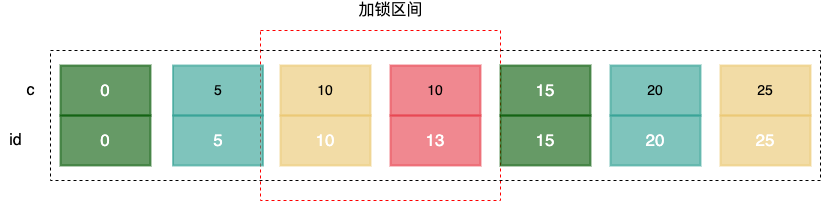
boilingfrog/Go-POINT keeps this draw.io diagram as img/mysql/mysql-index-search-lock.png. Above is the earlier version. Source tidied: cells renumbered, new cells last; positions are measured from the earlier drawing's top-left corner, leaving out a move shared by most shapes.
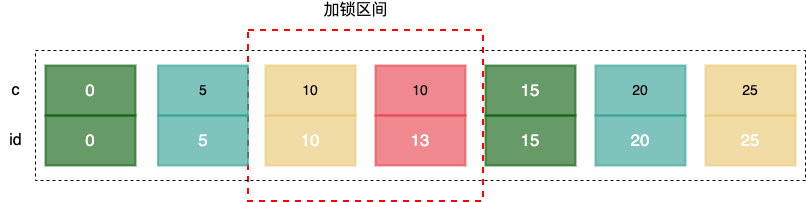
Above is the later version.

Commit message:
feat:MySQL 中的锁

What changed in the source:
```diff
@@ -2,8 +2,8 @@
   <root>
     <mxCell id="0" />
     <mxCell id="1" parent="0" />
-    <mxCell id="2" style="verticalLabelPosition=bottom;verticalAlign=top;html=1;shape=mxgraph.basic.rect;fillColor2=none;strokeWidth=1;size=20;indent=5;fillColor=none;dashed=1;strokeColor=#FF0000;" parent="1" vertex="1">
-      <mxGeometry x="260" y="30" width="240" height="170" as="geometry" />
+    <mxCell id="2" style="verticalLabelPosition=bottom;verticalAlign=top;html=1;shape=mxgraph.basic.rect;fillColor2=none;strokeWidth=2;size=20;indent=5;fillColor=none;dashed=1;strokeColor=#FF0000;" parent="1" vertex="1">
+      <mxGeometry x="262.5" y="29.5" width="235" height="171" as="geometry" />
     </mxCell>
     <mxCell id="3" value="&lt;span style=&quot;font-size: 17px&quot;&gt;0&lt;/span&gt;" style="rounded=0;whiteSpace=wrap;html=1;fillStyle=auto;fontSize=14;strokeColor=#005700;strokeWidth=2;fillColor=#005700;fontColor=#ffffff;opacity=60;" parent="1" vertex="1">
       <mxGeometry x="60" y="65" width="90" height="50" as="geometry" />
@@ -33,7 +33,7 @@
       <mxGeometry x="20" y="80" width="20" height="20" as="geometry" />
     </mxCell>
     <mxCell id="12" value="id" style="text;html=1;align=center;verticalAlign=middle;strokeColor=none;fillColor=none;fontSize=16;" parent="1" vertex="1">
-      <mxGeometry y="130" width="30" height="20" as="geometry" />
+      <mxGeometry x="15" y="130" width="30" height="20" as="geometry" />
     </mxCell>
     <mxCell id="13" value="&lt;span style=&quot;font-size: 17px&quot;&gt;15&lt;/span&gt;" style="rounded=0;whiteSpace=wrap;html=1;fillStyle=auto;fontSize=14;strokeColor=#005700;strokeWidth=2;fillColor=#005700;fontColor=#ffffff;opacity=60;" parent="1" vertex="1">
       <mxGeometry x="500" y="65" width="90" height="50" as="geometry" />
@@ -57,7 +57,7 @@
       <mxGeometry x="50" y="50" width="770" height="130" as="geometry" />
     </mxCell>
     <mxCell id="20" value="加锁区间" style="text;html=1;align=center;verticalAlign=middle;strokeColor=none;fillColor=none;fontSize=16;" parent="1" vertex="1">
-      <mxGeometry x="350" width="80" height="20" as="geometry" />
+      <mxGeometry x="330" width="80" height="20" as="geometry" />
     </mxCell>
   </root>
 </mxGraphModel>
```
